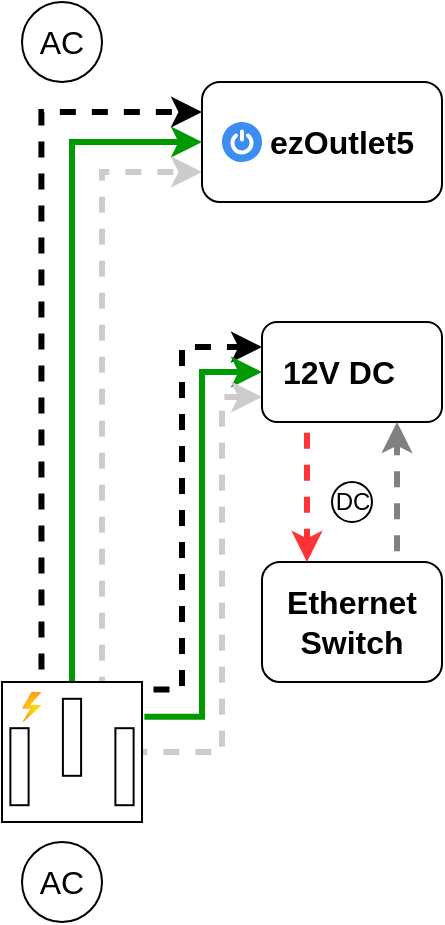
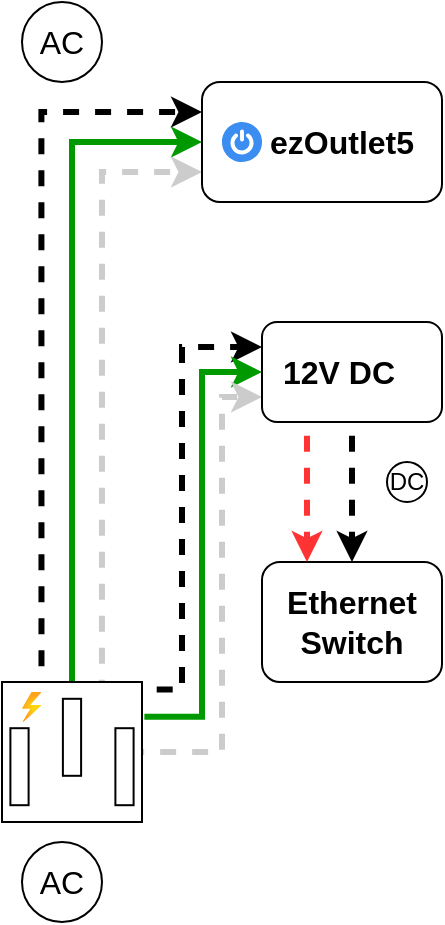
<mxfile host="app.diagrams.net" agent="Mozilla/5.0 (Windows NT 10.0; Win64; x64) AppleWebKit/537.36 (KHTML, like Gecko) Chrome/131.0.0.0 Safari/537.36 Edg/131.0.0.0" version="25.0.3">
  <diagram name="Page-1" id="VlRkN-xOVygPYa-iD9Ir">
    <mxGraphModel dx="339" dy="212" grid="1" gridSize="10" guides="1" tooltips="1" connect="1" arrows="1" fold="1" page="1" pageScale="1" pageWidth="1169" pageHeight="827" background="none" math="0" shadow="0">
      <root>
        <mxCell id="0" />
        <mxCell id="1" parent="0" />
        <mxCell id="JVLtuT8sySUBbFbLTn6r-3" style="edgeStyle=orthogonalEdgeStyle;rounded=0;orthogonalLoop=1;jettySize=auto;html=1;entryX=0;entryY=0.25;entryDx=0;entryDy=0;exitX=0.282;exitY=-0.013;exitDx=0;exitDy=0;exitPerimeter=0;strokeWidth=3;flowAnimation=1;flowAnimationDirection=alternate;" edge="1" parent="1" source="pD8juBFKP1GN8B8eYQTb-1" target="pD8juBFKP1GN8B8eYQTb-3">
          <mxGeometry relative="1" as="geometry" />
        </mxCell>
        <mxCell id="JVLtuT8sySUBbFbLTn6r-4" style="edgeStyle=orthogonalEdgeStyle;rounded=0;orthogonalLoop=1;jettySize=auto;html=1;exitX=0.5;exitY=0;exitDx=0;exitDy=0;exitPerimeter=0;entryX=0;entryY=0.5;entryDx=0;entryDy=0;strokeColor=#009900;strokeWidth=3;" edge="1" parent="1" source="pD8juBFKP1GN8B8eYQTb-1" target="pD8juBFKP1GN8B8eYQTb-3">
          <mxGeometry relative="1" as="geometry" />
        </mxCell>
        <mxCell id="JVLtuT8sySUBbFbLTn6r-5" style="edgeStyle=orthogonalEdgeStyle;rounded=0;orthogonalLoop=1;jettySize=auto;html=1;entryX=0;entryY=0.75;entryDx=0;entryDy=0;exitX=0.714;exitY=0;exitDx=0;exitDy=0;exitPerimeter=0;strokeWidth=3;strokeColor=#CCCCCC;flowAnimation=1;flowAnimationDirection=alternate-reverse;" edge="1" parent="1" source="pD8juBFKP1GN8B8eYQTb-1" target="pD8juBFKP1GN8B8eYQTb-3">
          <mxGeometry relative="1" as="geometry">
            <mxPoint x="120" y="320" as="targetPoint" />
          </mxGeometry>
        </mxCell>
        <mxCell id="JVLtuT8sySUBbFbLTn6r-6" style="edgeStyle=orthogonalEdgeStyle;rounded=0;orthogonalLoop=1;jettySize=auto;html=1;entryX=0;entryY=0.25;entryDx=0;entryDy=0;exitX=1.006;exitY=0.054;exitDx=0;exitDy=0;exitPerimeter=0;strokeWidth=3;flowAnimation=1;flowAnimationDirection=alternate;" edge="1" parent="1" source="pD8juBFKP1GN8B8eYQTb-1" target="pD8juBFKP1GN8B8eYQTb-24">
          <mxGeometry relative="1" as="geometry">
            <Array as="points">
              <mxPoint x="120" y="404" />
              <mxPoint x="120" y="233" />
            </Array>
          </mxGeometry>
        </mxCell>
        <mxCell id="JVLtuT8sySUBbFbLTn6r-7" style="edgeStyle=orthogonalEdgeStyle;rounded=0;orthogonalLoop=1;jettySize=auto;html=1;entryX=0;entryY=0.5;entryDx=0;entryDy=0;exitX=1.017;exitY=0.249;exitDx=0;exitDy=0;exitPerimeter=0;strokeWidth=3;strokeColor=#009900;" edge="1" parent="1" source="pD8juBFKP1GN8B8eYQTb-1" target="pD8juBFKP1GN8B8eYQTb-24">
          <mxGeometry relative="1" as="geometry" />
        </mxCell>
        <mxCell id="JVLtuT8sySUBbFbLTn6r-8" style="edgeStyle=orthogonalEdgeStyle;rounded=0;orthogonalLoop=1;jettySize=auto;html=1;entryX=0;entryY=0.75;entryDx=0;entryDy=0;strokeColor=#CCCCCC;strokeWidth=3;flowAnimation=1;flowAnimationDirection=alternate-reverse;" edge="1" parent="1" source="pD8juBFKP1GN8B8eYQTb-1" target="pD8juBFKP1GN8B8eYQTb-24">
          <mxGeometry relative="1" as="geometry">
            <Array as="points">
              <mxPoint x="140" y="435" />
              <mxPoint x="140" y="258" />
            </Array>
          </mxGeometry>
        </mxCell>
        <mxCell id="JVLtuT8sySUBbFbLTn6r-1" value="" style="group" vertex="1" connectable="0" parent="1">
          <mxGeometry x="30" y="480" width="60" height="40" as="geometry" />
        </mxCell>
        <mxCell id="pD8juBFKP1GN8B8eYQTb-22" value="AC" style="text;html=1;align=center;verticalAlign=middle;whiteSpace=wrap;rounded=0;fontSize=16;" parent="JVLtuT8sySUBbFbLTn6r-1" vertex="1">
          <mxGeometry y="5" width="60" height="30" as="geometry" />
        </mxCell>
        <mxCell id="pD8juBFKP1GN8B8eYQTb-23" value="" style="ellipse;whiteSpace=wrap;html=1;fillColor=none;" parent="JVLtuT8sySUBbFbLTn6r-1" vertex="1">
          <mxGeometry x="10" width="40" height="40" as="geometry" />
        </mxCell>
        <mxCell id="JVLtuT8sySUBbFbLTn6r-2" value="" style="group" vertex="1" connectable="0" parent="1">
          <mxGeometry x="30" y="60" width="60" height="40" as="geometry" />
        </mxCell>
        <mxCell id="pD8juBFKP1GN8B8eYQTb-9" value="" style="ellipse;whiteSpace=wrap;html=1;fillColor=none;" parent="JVLtuT8sySUBbFbLTn6r-2" vertex="1">
          <mxGeometry x="10" width="40" height="40" as="geometry" />
        </mxCell>
        <mxCell id="pD8juBFKP1GN8B8eYQTb-11" value="AC" style="text;html=1;align=center;verticalAlign=middle;whiteSpace=wrap;rounded=0;fontSize=16;" parent="JVLtuT8sySUBbFbLTn6r-2" vertex="1">
          <mxGeometry y="5" width="60" height="30" as="geometry" />
        </mxCell>
        <mxCell id="JVLtuT8sySUBbFbLTn6r-9" value="" style="group" vertex="1" connectable="0" parent="1">
          <mxGeometry x="130" y="100" width="120" height="60" as="geometry" />
        </mxCell>
        <mxCell id="JVLtuT8sySUBbFbLTn6r-16" value="" style="group" vertex="1" connectable="0" parent="JVLtuT8sySUBbFbLTn6r-9">
          <mxGeometry width="120" height="60" as="geometry" />
        </mxCell>
        <mxCell id="pD8juBFKP1GN8B8eYQTb-3" value="" style="rounded=1;whiteSpace=wrap;html=1;" parent="JVLtuT8sySUBbFbLTn6r-16" vertex="1">
          <mxGeometry width="120" height="60" as="geometry" />
        </mxCell>
        <mxCell id="JVLtuT8sySUBbFbLTn6r-13" value="" style="sketch=0;html=1;aspect=fixed;strokeColor=none;shadow=0;fillColor=#3B8DF1;verticalAlign=top;labelPosition=center;verticalLabelPosition=bottom;shape=mxgraph.gcp2.a7_power" vertex="1" parent="JVLtuT8sySUBbFbLTn6r-16">
          <mxGeometry x="10" y="20" width="20" height="20" as="geometry" />
        </mxCell>
        <mxCell id="pD8juBFKP1GN8B8eYQTb-15" value="&lt;b&gt;ezOutlet5&lt;/b&gt;" style="text;html=1;align=center;verticalAlign=middle;whiteSpace=wrap;rounded=0;fontSize=16;" parent="JVLtuT8sySUBbFbLTn6r-16" vertex="1">
          <mxGeometry x="40" y="10" width="60" height="40" as="geometry" />
        </mxCell>
        <mxCell id="JVLtuT8sySUBbFbLTn6r-11" value="" style="group" vertex="1" connectable="0" parent="1">
          <mxGeometry x="160" y="220" width="90" height="50" as="geometry" />
        </mxCell>
        <mxCell id="pD8juBFKP1GN8B8eYQTb-24" value="" style="rounded=1;whiteSpace=wrap;html=1;" parent="JVLtuT8sySUBbFbLTn6r-11" vertex="1">
          <mxGeometry width="90" height="50" as="geometry" />
        </mxCell>
        <mxCell id="JVLtuT8sySUBbFbLTn6r-10" value="&lt;font style=&quot;font-size: 16px;&quot;&gt;&lt;b&gt;12V DC&lt;/b&gt;&lt;/font&gt;" style="text;html=1;align=center;verticalAlign=middle;whiteSpace=wrap;rounded=0;" vertex="1" parent="JVLtuT8sySUBbFbLTn6r-11">
          <mxGeometry x="9" y="10" width="58.5" height="30" as="geometry" />
        </mxCell>
        <mxCell id="JVLtuT8sySUBbFbLTn6r-18" value="" style="group" vertex="1" connectable="0" parent="1">
          <mxGeometry x="30" y="400" width="70" height="70" as="geometry" />
        </mxCell>
        <mxCell id="pD8juBFKP1GN8B8eYQTb-1" value="" style="pointerEvents=1;verticalLabelPosition=bottom;shadow=0;dashed=0;align=center;html=1;verticalAlign=top;shape=mxgraph.electrical.miscellaneous.ac_out" parent="JVLtuT8sySUBbFbLTn6r-18" vertex="1">
          <mxGeometry width="70" height="70" as="geometry" />
        </mxCell>
        <mxCell id="JVLtuT8sySUBbFbLTn6r-12" value="" style="image;aspect=fixed;html=1;points=[];align=center;fontSize=12;image=img/lib/azure2/general/Power.svg;" vertex="1" parent="JVLtuT8sySUBbFbLTn6r-18">
          <mxGeometry x="10" y="5" width="9.72" height="15" as="geometry" />
        </mxCell>
        <mxCell id="JVLtuT8sySUBbFbLTn6r-21" value="" style="group" vertex="1" connectable="0" parent="1">
          <mxGeometry x="160" y="340" width="90" height="60" as="geometry" />
        </mxCell>
        <mxCell id="JVLtuT8sySUBbFbLTn6r-19" value="" style="rounded=1;whiteSpace=wrap;html=1;" vertex="1" parent="JVLtuT8sySUBbFbLTn6r-21">
          <mxGeometry width="90" height="60" as="geometry" />
        </mxCell>
        <mxCell id="JVLtuT8sySUBbFbLTn6r-20" value="&lt;b&gt;&lt;font style=&quot;font-size: 16px;&quot;&gt;Ethernet&lt;/font&gt;&lt;/b&gt;&lt;div&gt;&lt;b&gt;&lt;font style=&quot;font-size: 16px;&quot;&gt;Switch&lt;/font&gt;&lt;/b&gt;&lt;/div&gt;" style="text;html=1;align=center;verticalAlign=middle;whiteSpace=wrap;rounded=0;" vertex="1" parent="JVLtuT8sySUBbFbLTn6r-21">
          <mxGeometry x="15" y="15" width="60" height="30" as="geometry" />
        </mxCell>
        <mxCell id="JVLtuT8sySUBbFbLTn6r-23" style="edgeStyle=orthogonalEdgeStyle;rounded=0;orthogonalLoop=1;jettySize=auto;html=1;entryX=0.25;entryY=0;entryDx=0;entryDy=0;exitX=0.25;exitY=1;exitDx=0;exitDy=0;strokeColor=#FF3333;strokeWidth=3;flowAnimation=1;" edge="1" parent="1" source="pD8juBFKP1GN8B8eYQTb-24" target="JVLtuT8sySUBbFbLTn6r-19">
          <mxGeometry relative="1" as="geometry" />
        </mxCell>
-         <mxCell id="JVLtuT8sySUBbFbLTn6r-25" style="edgeStyle=orthogonalEdgeStyle;rounded=0;orthogonalLoop=1;jettySize=auto;html=1;exitX=0.75;exitY=0;exitDx=0;exitDy=0;entryX=0.75;entryY=1;entryDx=0;entryDy=0;strokeColor=#808080;strokeWidth=3;flowAnimation=1;" edge="1" parent="1" source="JVLtuT8sySUBbFbLTn6r-19" target="pD8juBFKP1GN8B8eYQTb-24">
+         <mxCell id="JVLtuT8sySUBbFbLTn6r-28" value="" style="group" vertex="1" connectable="0" parent="1">
+           <mxGeometry x="220" y="290" width="25" height="20" as="geometry" />
+         </mxCell>
+         <mxCell id="JVLtuT8sySUBbFbLTn6r-26" value="" style="ellipse;whiteSpace=wrap;html=1;aspect=fixed;" vertex="1" parent="JVLtuT8sySUBbFbLTn6r-28">
+           <mxGeometry x="2.5" width="20" height="20" as="geometry" />
+         </mxCell>
+         <mxCell id="JVLtuT8sySUBbFbLTn6r-27" value="&lt;font&gt;DC&lt;/font&gt;" style="text;html=1;align=center;verticalAlign=middle;whiteSpace=wrap;rounded=0;" vertex="1" parent="JVLtuT8sySUBbFbLTn6r-28">
+           <mxGeometry y="2.5" width="25" height="15" as="geometry" />
+         </mxCell>
+         <mxCell id="JVLtuT8sySUBbFbLTn6r-29" style="edgeStyle=orthogonalEdgeStyle;rounded=0;orthogonalLoop=1;jettySize=auto;html=1;exitX=0.5;exitY=1;exitDx=0;exitDy=0;entryX=0.5;entryY=0;entryDx=0;entryDy=0;strokeWidth=3;flowAnimation=1;" edge="1" parent="1" source="pD8juBFKP1GN8B8eYQTb-24" target="JVLtuT8sySUBbFbLTn6r-19">
          <mxGeometry relative="1" as="geometry" />
-         </mxCell>
-         <mxCell id="JVLtuT8sySUBbFbLTn6r-26" value="" style="ellipse;whiteSpace=wrap;html=1;aspect=fixed;" vertex="1" parent="1">
-           <mxGeometry x="195" y="300" width="20" height="20" as="geometry" />
-         </mxCell>
-         <mxCell id="JVLtuT8sySUBbFbLTn6r-27" value="&lt;font&gt;DC&lt;/font&gt;" style="text;html=1;align=center;verticalAlign=middle;whiteSpace=wrap;rounded=0;" vertex="1" parent="1">
-           <mxGeometry x="192.5" y="302.5" width="25" height="15" as="geometry" />
        </mxCell>
      </root>
    </mxGraphModel>
  </diagram>
</mxfile>
